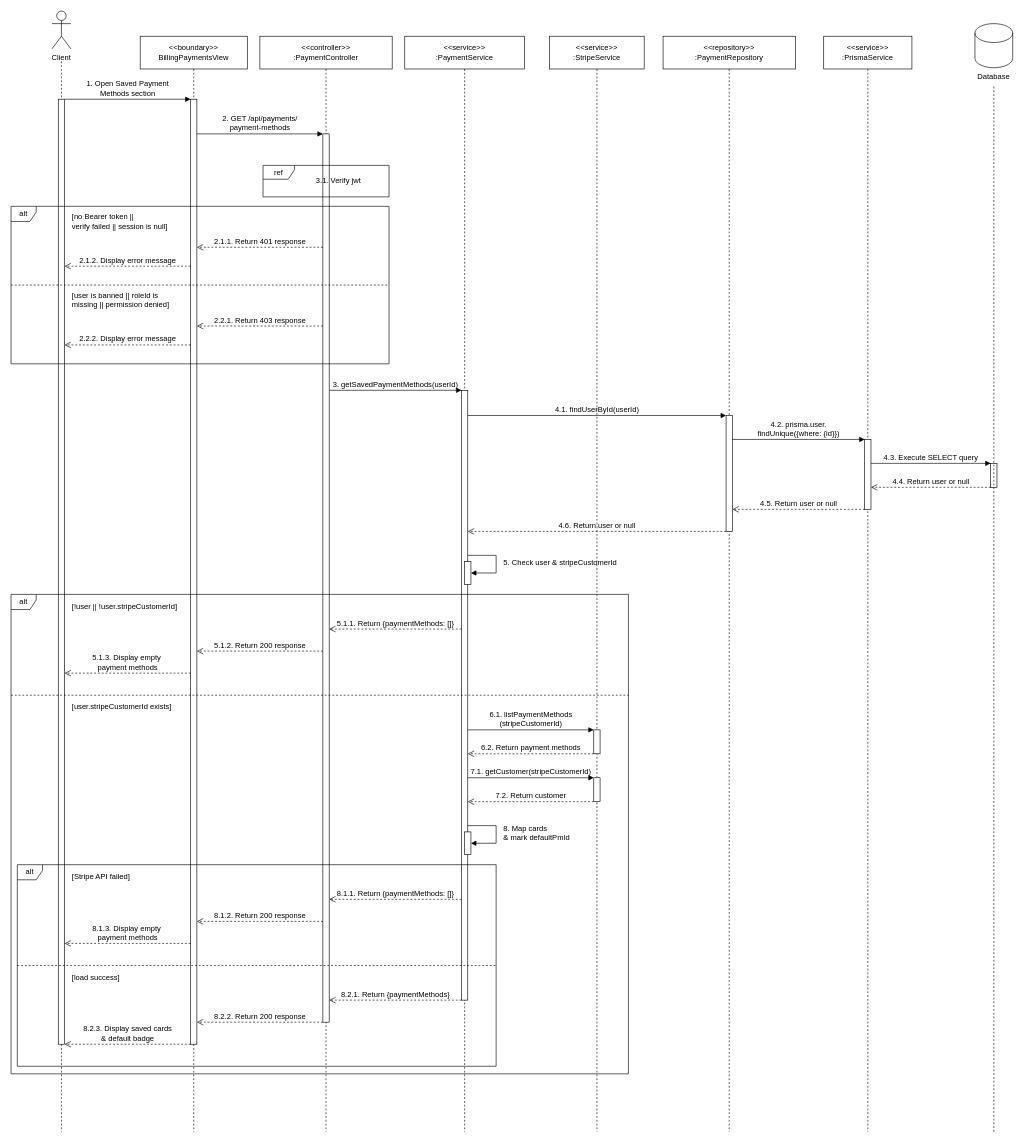
Earlier version of the draw.io diagram sequence-diagrams-remake/ntin/UC-45.03-view-saved-payment-methods.drawio (Thunggg/Frevia). Source tidied: cells renumbered, new cells numbered last; positions are measured from the earlier drawing's top-left corner, leaving out a move shared by most shapes. Both pictures are drawn from the tidied source at 63%, with x=0, y=0 at pixel (11, 11).
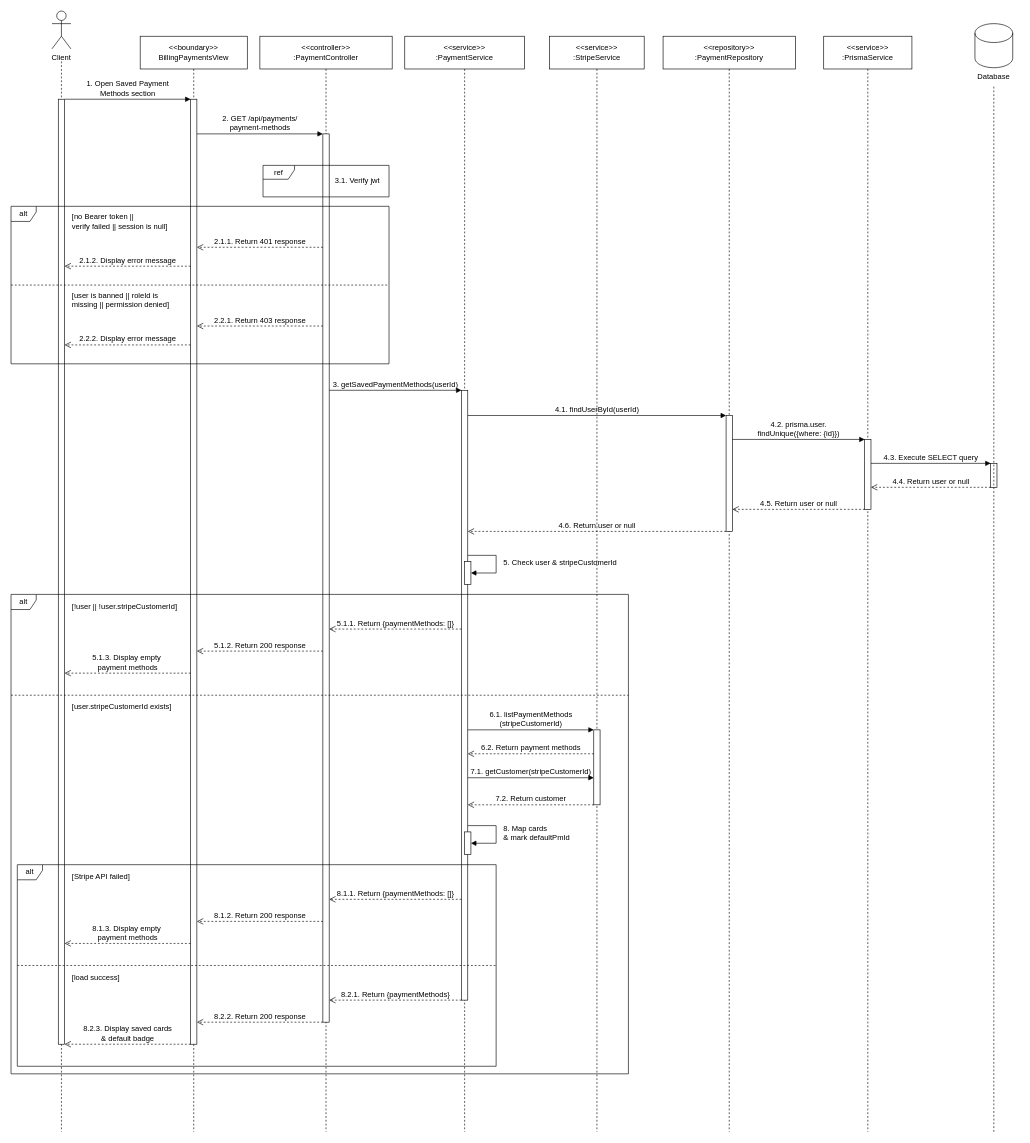
Above is the later version.

Unchanged cells that the change refers to:
```xml
<mxCell id="12" value="&amp;lt;&amp;lt;service&amp;gt;&amp;gt;&lt;br&gt;:StripeService" style="shape=umlLifeline;perimeter=lifelinePerimeter;whiteSpace=wrap;html=1;newEdgeStyle={&quot;curved&quot;:0,&quot;rounded&quot;:0};size=52;labelBackgroundColor=none;strokeColor=#000000;fillColor=#ffffff;" parent="1" vertex="1">
  <mxGeometry x="855" y="40" width="150" height="1739" as="geometry" />
</mxCell>
```

The edit, as a diff of the source:
```diff
@@
     <mxCell id="13" style="html=1;perimeter=orthogonalPerimeter;targetShapes=umlLifeline;newEdgeStyle={&quot;curved&quot;:0,&quot;rounded&quot;:0};labelBackgroundColor=none;fillColor=#ffffff;strokeColor=#000000;" parent="12" vertex="1">
-      <mxGeometry x="70" y="1101" width="10" height="38" as="geometry" />
+      <mxGeometry x="70" y="1101" width="10" height="119" as="geometry" />
     </mxCell>
-    <mxCell id="14" style="html=1;perimeter=orthogonalPerimeter;targetShapes=umlLifeline;newEdgeStyle={&quot;curved&quot;:0,&quot;rounded&quot;:0};labelBackgroundColor=none;fillColor=#ffffff;strokeColor=#000000;" parent="12" vertex="1">
-      <mxGeometry x="70" y="1177" width="10" height="38" as="geometry" />
-    </mxCell>
@@
     <mxCell id="27" value="3.1. Verify jwt" style="text;html=1;align=center;verticalAlign=middle;whiteSpace=wrap;rounded=0;fontSize=12;labelBackgroundColor=none;strokeColor=none;fillColor=none;fontColor=#000000;" parent="1" vertex="1">
-      <mxGeometry x="450" y="260" width="140" height="20" as="geometry" />
+      <mxGeometry x="480" y="260" width="140" height="20" as="geometry" />
     </mxCell>
@@
     <mxCell id="53" value="7.2. Return customer" style="html=1;verticalAlign=bottom;endArrow=open;dashed=1;endSize=8;curved=0;rounded=0;fontSize=12;labelBackgroundColor=none;strokeColor=#000000;" parent="1" edge="1">
       <mxGeometry relative="1" as="geometry">
-        <mxPoint x="925" y="1255" as="sourcePoint" />
-        <mxPoint x="725" y="1255" as="targetPoint" />
+        <mxPoint x="925" y="1260" as="sourcePoint" />
+        <mxPoint x="725" y="1260" as="targetPoint" />
       </mxGeometry>
     </mxCell>
```
